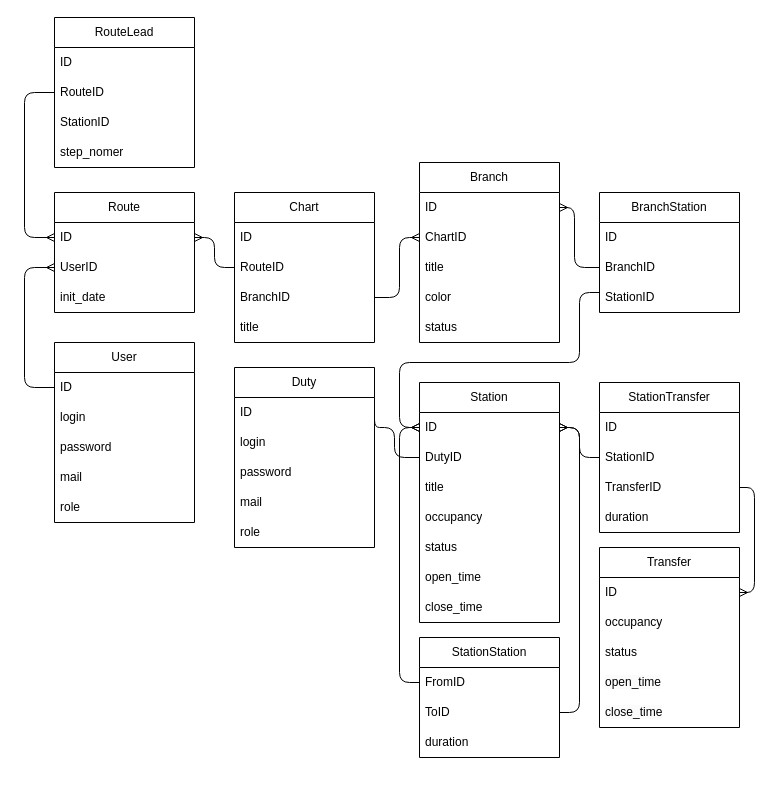
Mihyich/PPO keeps this draw.io diagram as charts/Entities.drawio. Above is the earlier version. Source tidied: cells renumbered, new cells numbered last; positions are measured from the earlier drawing's top-left corner, leaving out a move shared by most shapes. Both pictures are drawn from the tidied source at 100%, with x=0, y=0 at pixel (24, 17).
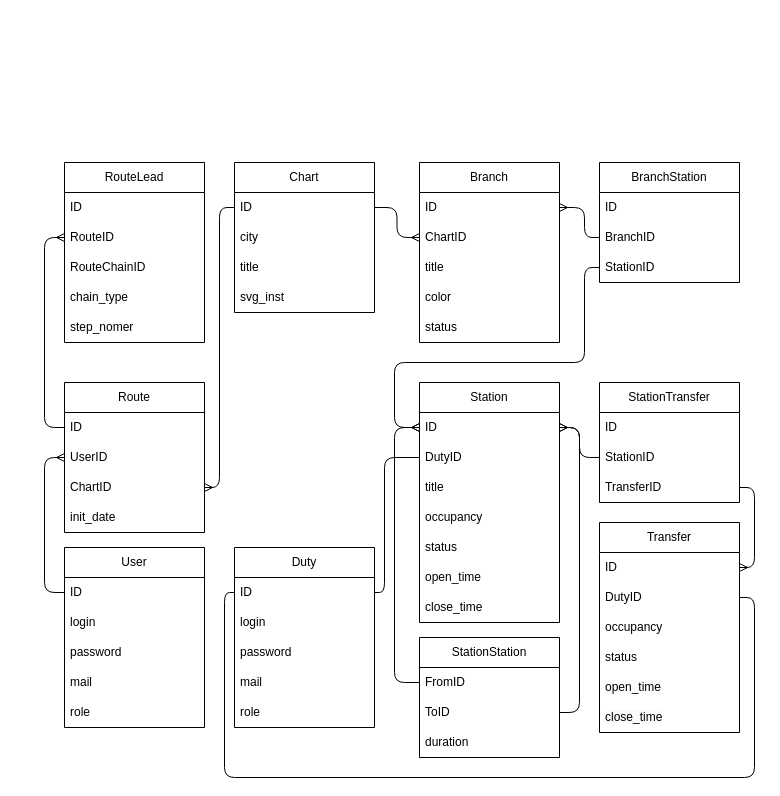
The same page after the edit.

Commit message (it also covers changes not shown here):
Обновлены даиграммы классов и сущностей БД

The change refers to these unchanged cells:
```xml
<mxCell id="3" value="ID" style="text;strokeColor=none;fillColor=none;align=left;verticalAlign=middle;spacingLeft=4;spacingRight=4;overflow=hidden;points=[[0,0.5],[1,0.5]];portConstraint=eastwest;whiteSpace=wrap;html=1;" parent="2" vertex="1">
  <mxGeometry y="30" width="140" height="30" as="geometry" />
</mxCell>
<mxCell id="9" value="ID" style="text;strokeColor=none;fillColor=none;align=left;verticalAlign=middle;spacingLeft=4;spacingRight=4;overflow=hidden;points=[[0,0.5],[1,0.5]];portConstraint=eastwest;whiteSpace=wrap;html=1;" parent="8" vertex="1">
  <mxGeometry y="30" width="140" height="30" as="geometry" />
</mxCell>
<mxCell id="14" value="ID" style="text;strokeColor=none;fillColor=none;align=left;verticalAlign=middle;spacingLeft=4;spacingRight=4;overflow=hidden;points=[[0,0.5],[1,0.5]];portConstraint=eastwest;whiteSpace=wrap;html=1;" parent="13" vertex="1">
  <mxGeometry y="30" width="140" height="30" as="geometry" />
</mxCell>
<mxCell id="15" value="UserID" style="text;strokeColor=none;fillColor=none;align=left;verticalAlign=middle;spacingLeft=4;spacingRight=4;overflow=hidden;points=[[0,0.5],[1,0.5]];portConstraint=eastwest;whiteSpace=wrap;html=1;" parent="13" vertex="1">
  <mxGeometry y="60" width="140" height="30" as="geometry" />
</mxCell>
<mxCell id="19" value="ID" style="text;strokeColor=none;fillColor=none;align=left;verticalAlign=middle;spacingLeft=4;spacingRight=4;overflow=hidden;points=[[0,0.5],[1,0.5]];portConstraint=eastwest;whiteSpace=wrap;html=1;" parent="18" vertex="1">
  <mxGeometry y="30" width="140" height="30" as="geometry" />
</mxCell>
<mxCell id="20" value="ChartID" style="text;strokeColor=none;fillColor=none;align=left;verticalAlign=middle;spacingLeft=4;spacingRight=4;overflow=hidden;points=[[0,0.5],[1,0.5]];portConstraint=eastwest;whiteSpace=wrap;html=1;" parent="18" vertex="1">
  <mxGeometry y="60" width="140" height="30" as="geometry" />
</mxCell>
<mxCell id="26" value="ID" style="text;strokeColor=none;fillColor=none;align=left;verticalAlign=middle;spacingLeft=4;spacingRight=4;overflow=hidden;points=[[0,0.5],[1,0.5]];portConstraint=eastwest;whiteSpace=wrap;html=1;" parent="25" vertex="1">
  <mxGeometry y="30" width="140" height="30" as="geometry" />
</mxCell>
<mxCell id="27" value="DutyID" style="text;strokeColor=none;fillColor=none;align=left;verticalAlign=middle;spacingLeft=4;spacingRight=4;overflow=hidden;points=[[0,0.5],[1,0.5]];portConstraint=eastwest;whiteSpace=wrap;html=1;" parent="25" vertex="1">
  <mxGeometry y="60" width="140" height="30" as="geometry" />
</mxCell>
<mxCell id="34" value="ID" style="text;strokeColor=none;fillColor=none;align=left;verticalAlign=middle;spacingLeft=4;spacingRight=4;overflow=hidden;points=[[0,0.5],[1,0.5]];portConstraint=eastwest;whiteSpace=wrap;html=1;" parent="33" vertex="1">
  <mxGeometry y="30" width="140" height="30" as="geometry" />
</mxCell>
<mxCell id="41" value="BranchID" style="text;strokeColor=none;fillColor=none;align=left;verticalAlign=middle;spacingLeft=4;spacingRight=4;overflow=hidden;points=[[0,0.5],[1,0.5]];portConstraint=eastwest;whiteSpace=wrap;html=1;" parent="39" vertex="1">
  <mxGeometry y="60" width="140" height="30" as="geometry" />
</mxCell>
<mxCell id="42" value="StationID" style="text;strokeColor=none;fillColor=none;align=left;verticalAlign=middle;spacingLeft=4;spacingRight=4;overflow=hidden;points=[[0,0.5],[1,0.5]];portConstraint=eastwest;whiteSpace=wrap;html=1;" parent="39" vertex="1">
  <mxGeometry y="90" width="140" height="30" as="geometry" />
</mxCell>
<mxCell id="48" value="TransferID" style="text;strokeColor=none;fillColor=none;align=left;verticalAlign=middle;spacingLeft=4;spacingRight=4;overflow=hidden;points=[[0,0.5],[1,0.5]];portConstraint=eastwest;whiteSpace=wrap;html=1;" parent="45" vertex="1">
  <mxGeometry y="90" width="140" height="30" as="geometry" />
</mxCell>
<mxCell id="54" value="RouteID" style="text;strokeColor=none;fillColor=none;align=left;verticalAlign=middle;spacingLeft=4;spacingRight=4;overflow=hidden;points=[[0,0.5],[1,0.5]];portConstraint=eastwest;whiteSpace=wrap;html=1;" parent="52" vertex="1">
  <mxGeometry y="60" width="140" height="30" as="geometry" />
</mxCell>
<mxCell id="59" value="FromID" style="text;strokeColor=none;fillColor=none;align=left;verticalAlign=middle;spacingLeft=4;spacingRight=4;overflow=hidden;points=[[0,0.5],[1,0.5]];portConstraint=eastwest;whiteSpace=wrap;html=1;" parent="58" vertex="1">
  <mxGeometry y="30" width="140" height="30" as="geometry" />
</mxCell>
<mxCell id="66" value="ID" style="text;strokeColor=none;fillColor=none;align=left;verticalAlign=middle;spacingLeft=4;spacingRight=4;overflow=hidden;points=[[0,0.5],[1,0.5]];portConstraint=eastwest;whiteSpace=wrap;html=1;" parent="65" vertex="1">
  <mxGeometry y="30" width="140" height="30" as="geometry" />
</mxCell>
```

What changed in the source:
```diff
@@
     <mxCell id="2" value="User" style="swimlane;fontStyle=0;horizontal=1;startSize=30;whiteSpace=wrap;html=1;" parent="1" vertex="1">
-      <mxGeometry x="30" y="325" width="140" height="180" as="geometry" />
+      <mxGeometry x="40" y="530" width="140" height="180" as="geometry" />
     </mxCell>
@@
     <mxCell id="8" value="Chart" style="swimlane;fontStyle=0;horizontal=1;startSize=30;whiteSpace=wrap;html=1;" parent="1" vertex="1">
-      <mxGeometry x="210" y="175" width="140" height="150" as="geometry" />
+      <mxGeometry x="210" y="145" width="140" height="150" as="geometry" />
     </mxCell>
@@
-    <mxCell id="10" value="RouteID" style="text;strokeColor=none;fillColor=none;align=left;verticalAlign=middle;spacingLeft=4;spacingRight=4;overflow=hidden;points=[[0,0.5],[1,0.5]];portConstraint=eastwest;whiteSpace=wrap;html=1;" parent="8" vertex="1">
-      <mxGeometry y="60" width="140" height="30" as="geometry" />
-    </mxCell>
-    <mxCell id="11" value="BranchID" style="text;strokeColor=none;fillColor=none;align=left;verticalAlign=middle;spacingLeft=4;spacingRight=4;overflow=hidden;points=[[0,0.5],[1,0.5]];portConstraint=eastwest;whiteSpace=wrap;html=1;" parent="8" vertex="1">
-      <mxGeometry y="90" width="140" height="30" as="geometry" />
+    <mxCell id="11" value="city" style="text;strokeColor=none;fillColor=none;align=left;verticalAlign=middle;spacingLeft=4;spacingRight=4;overflow=hidden;points=[[0,0.5],[1,0.5]];portConstraint=eastwest;whiteSpace=wrap;html=1;" parent="8" vertex="1">
+      <mxGeometry y="60" width="140" height="30" as="geometry" />
     </mxCell>
     <mxCell id="12" value="title" style="text;strokeColor=none;fillColor=none;align=left;verticalAlign=middle;spacingLeft=4;spacingRight=4;overflow=hidden;whiteSpace=wrap;html=1;" parent="8" vertex="1">
-      <mxGeometry y="120" width="140" height="30" as="geometry" />
+      <mxGeometry y="90" width="140" height="30" as="geometry" />
     </mxCell>
+    <mxCell id="72" value="svg_inst" style="text;strokeColor=none;fillColor=none;align=left;verticalAlign=middle;spacingLeft=4;spacingRight=4;overflow=hidden;whiteSpace=wrap;html=1;" parent="8" vertex="1">
+      <mxGeometry y="120" width="140" height="30" as="geometry" />
+    </mxCell>
     <mxCell id="13" value="Route" style="swimlane;fontStyle=0;horizontal=1;startSize=30;whiteSpace=wrap;html=1;" parent="1" vertex="1">
-      <mxGeometry x="30" y="175" width="140" height="120" as="geometry" />
+      <mxGeometry x="40" y="365" width="140" height="150" as="geometry" />
     </mxCell>
@@
+    <mxCell id="73" value="ChartID" style="text;strokeColor=none;fillColor=none;align=left;verticalAlign=middle;spacingLeft=4;spacingRight=4;overflow=hidden;points=[[0,0.5],[1,0.5]];portConstraint=eastwest;whiteSpace=wrap;html=1;" parent="13" vertex="1">
+      <mxGeometry y="90" width="140" height="30" as="geometry" />
+    </mxCell>
     <mxCell id="16" value="init_date" style="text;strokeColor=none;fillColor=none;align=left;verticalAlign=middle;spacingLeft=4;spacingRight=4;overflow=hidden;whiteSpace=wrap;html=1;" parent="13" vertex="1">
-      <mxGeometry y="90" width="140" height="30" as="geometry" />
+      <mxGeometry y="120" width="140" height="30" as="geometry" />
     </mxCell>
-    <mxCell id="17" style="edgeStyle=orthogonalEdgeStyle;html=1;exitX=0;exitY=0.5;exitDx=0;exitDy=0;entryX=1;entryY=0.5;entryDx=0;entryDy=0;endArrow=ERmany;endFill=0;" parent="1" edge="1" source="10" target="14">
-      <mxGeometry relative="1" as="geometry">
-        <Array as="points">
-          <mxPoint x="190" y="250" />
-          <mxPoint x="190" y="220" />
-        </Array>
-      </mxGeometry>
+    <mxCell id="17" style="edgeStyle=orthogonalEdgeStyle;html=1;exitX=0;exitY=0.5;exitDx=0;exitDy=0;entryX=1;entryY=0.5;entryDx=0;entryDy=0;endArrow=ERmany;endFill=0;" parent="1" edge="1" source="9" target="73">
+      <mxGeometry relative="1" as="geometry" />
     </mxCell>
@@
-    <mxCell id="24" style="edgeStyle=orthogonalEdgeStyle;html=1;exitX=1;exitY=0.5;exitDx=0;exitDy=0;entryX=0;entryY=0.5;entryDx=0;entryDy=0;endArrow=ERmany;endFill=0;" parent="1" edge="1" source="11" target="20">
-      <mxGeometry relative="1" as="geometry">
-        <Array as="points">
-          <mxPoint x="375" y="280" />
-          <mxPoint x="375" y="220" />
-        </Array>
-      </mxGeometry>
+    <mxCell id="24" style="edgeStyle=orthogonalEdgeStyle;html=1;exitX=1;exitY=0.5;exitDx=0;exitDy=0;entryX=0;entryY=0.5;entryDx=0;entryDy=0;endArrow=ERmany;endFill=0;" parent="1" edge="1" source="9" target="20">
+      <mxGeometry relative="1" as="geometry" />
     </mxCell>
@@
     <mxCell id="33" value="Transfer" style="swimlane;fontStyle=0;horizontal=1;startSize=30;whiteSpace=wrap;html=1;" parent="1" vertex="1">
-      <mxGeometry x="575" y="530" width="140" height="180" as="geometry" />
+      <mxGeometry x="575" y="505" width="140" height="210" as="geometry" />
     </mxCell>
@@
+    <mxCell id="74" value="DutyID" style="text;strokeColor=none;fillColor=none;align=left;verticalAlign=middle;spacingLeft=4;spacingRight=4;overflow=hidden;points=[[0,0.5],[1,0.5]];portConstraint=eastwest;whiteSpace=wrap;html=1;" parent="33" vertex="1">
+      <mxGeometry y="60" width="140" height="30" as="geometry" />
+    </mxCell>
     <mxCell id="35" value="occupancy" style="text;strokeColor=none;fillColor=none;align=left;verticalAlign=middle;spacingLeft=4;spacingRight=4;overflow=hidden;whiteSpace=wrap;html=1;" parent="33" vertex="1">
-      <mxGeometry y="60" width="140" height="30" as="geometry" />
+      <mxGeometry y="90" width="140" height="30" as="geometry" />
     </mxCell>
     <mxCell id="36" value="status" style="text;strokeColor=none;fillColor=none;align=left;verticalAlign=middle;spacingLeft=4;spacingRight=4;overflow=hidden;whiteSpace=wrap;html=1;" parent="33" vertex="1">
-      <mxGeometry y="90" width="140" height="30" as="geometry" />
+      <mxGeometry y="120" width="140" height="30" as="geometry" />
     </mxCell>
     <mxCell id="37" value="&lt;span style=&quot;color: rgb(0, 0, 0); font-family: Helvetica; font-size: 12px; font-style: normal; font-variant-ligatures: normal; font-variant-caps: normal; font-weight: 400; letter-spacing: normal; orphans: 2; text-align: left; text-indent: 0px; text-transform: none; widows: 2; word-spacing: 0px; -webkit-text-stroke-width: 0px; white-space: normal; background-color: rgb(251, 251, 251); text-decoration-thickness: initial; text-decoration-style: initial; text-decoration-color: initial; display: inline !important; float: none;&quot;&gt;open_time&lt;/span&gt;" style="text;strokeColor=none;fillColor=none;align=left;verticalAlign=middle;spacingLeft=4;spacingRight=4;overflow=hidden;whiteSpace=wrap;html=1;" parent="33" vertex="1">
-      <mxGeometry y="120" width="140" height="30" as="geometry" />
+      <mxGeometry y="150" width="140" height="30" as="geometry" />
     </mxCell>
     <mxCell id="38" value="&lt;span style=&quot;color: rgb(0, 0, 0); font-family: Helvetica; font-size: 12px; font-style: normal; font-variant-ligatures: normal; font-variant-caps: normal; font-weight: 400; letter-spacing: normal; orphans: 2; text-align: left; text-indent: 0px; text-transform: none; widows: 2; word-spacing: 0px; -webkit-text-stroke-width: 0px; white-space: normal; background-color: rgb(251, 251, 251); text-decoration-thickness: initial; text-decoration-style: initial; text-decoration-color: initial; display: inline !important; float: none;&quot;&gt;close_time&lt;/span&gt;" style="text;strokeColor=none;fillColor=none;align=left;verticalAlign=middle;spacingLeft=4;spacingRight=4;overflow=hidden;whiteSpace=wrap;html=1;" parent="33" vertex="1">
-      <mxGeometry y="150" width="140" height="30" as="geometry" />
+      <mxGeometry y="180" width="140" height="30" as="geometry" />
     </mxCell>
     <mxCell id="39" value="BranchStation" style="swimlane;fontStyle=0;horizontal=1;startSize=30;whiteSpace=wrap;html=1;" parent="1" vertex="1">
-      <mxGeometry x="575" y="175" width="140" height="120" as="geometry" />
+      <mxGeometry x="575" y="145" width="140" height="120" as="geometry" />
     </mxCell>
@@
     <mxCell id="43" style="edgeStyle=orthogonalEdgeStyle;html=1;exitX=1;exitY=0.5;exitDx=0;exitDy=0;entryX=0;entryY=0.5;entryDx=0;entryDy=0;endArrow=none;endFill=0;startArrow=ERmany;startFill=0;" parent="1" edge="1" source="19" target="41">
       <mxGeometry relative="1" as="geometry">
         <Array as="points">
-          <mxPoint x="550" y="190" />
-          <mxPoint x="550" y="250" />
+          <mxPoint x="560" y="190" />
+          <mxPoint x="560" y="220" />
         </Array>
       </mxGeometry>
     </mxCell>
-    <mxCell id="44" style="edgeStyle=orthogonalEdgeStyle;html=1;exitX=0;exitY=0.5;exitDx=0;exitDy=0;entryX=0;entryY=0.5;entryDx=0;entryDy=0;endArrow=ERmany;endFill=0;" parent="1" edge="1" target="26">
+    <mxCell id="44" style="edgeStyle=orthogonalEdgeStyle;html=1;exitX=0;exitY=0.5;exitDx=0;exitDy=0;entryX=0;entryY=0.5;entryDx=0;entryDy=0;endArrow=ERmany;endFill=0;" parent="1" edge="1" source="42" target="26">
       <mxGeometry relative="1" as="geometry">
-        <mxPoint x="575" y="275" as="sourcePoint" />
         <Array as="points">
-          <mxPoint x="555" y="275" />
-          <mxPoint x="555" y="345" />
-          <mxPoint x="375" y="345" />
-          <mxPoint x="375" y="410" />
+          <mxPoint x="560" y="250" />
+          <mxPoint x="560" y="345" />
+          <mxPoint x="370" y="345" />
+          <mxPoint x="370" y="410" />
         </Array>
       </mxGeometry>
     </mxCell>
     <mxCell id="45" value="StationTransfer" style="swimlane;fontStyle=0;horizontal=1;startSize=30;whiteSpace=wrap;html=1;" parent="1" vertex="1">
-      <mxGeometry x="575" y="365" width="140" height="150" as="geometry" />
+      <mxGeometry x="575" y="365" width="140" height="120" as="geometry" />
     </mxCell>
@@
-    <mxCell id="49" value="duration" style="text;strokeColor=none;fillColor=none;align=left;verticalAlign=middle;spacingLeft=4;spacingRight=4;overflow=hidden;whiteSpace=wrap;html=1;" parent="45" vertex="1">
-      <mxGeometry y="120" width="140" height="30" as="geometry" />
-    </mxCell>
     <mxCell id="50" style="edgeStyle=orthogonalEdgeStyle;html=1;exitX=1;exitY=0.5;exitDx=0;exitDy=0;entryX=1;entryY=0.5;entryDx=0;entryDy=0;endArrow=ERmany;endFill=0;" parent="1" edge="1" source="48" target="34">
       <mxGeometry relative="1" as="geometry">
         <Array as="points">
           <mxPoint x="730" y="470" />
-          <mxPoint x="730" y="575" />
+          <mxPoint x="730" y="550" />
         </Array>
       </mxGeometry>
     </mxCell>
@@
     <mxCell id="52" value="RouteLead" style="swimlane;fontStyle=0;horizontal=1;startSize=30;whiteSpace=wrap;html=1;" parent="1" vertex="1">
-      <mxGeometry x="30" width="140" height="150" as="geometry" />
+      <mxGeometry x="40" y="145" width="140" height="180" as="geometry" />
     </mxCell>
@@
-    <mxCell id="55" value="StationID" style="text;strokeColor=none;fillColor=none;align=left;verticalAlign=middle;spacingLeft=4;spacingRight=4;overflow=hidden;whiteSpace=wrap;html=1;" parent="52" vertex="1">
+    <mxCell id="55" value="RouteChainID" style="text;strokeColor=none;fillColor=none;align=left;verticalAlign=middle;spacingLeft=4;spacingRight=4;overflow=hidden;whiteSpace=wrap;html=1;" parent="52" vertex="1">
       <mxGeometry y="90" width="140" height="30" as="geometry" />
     </mxCell>
+    <mxCell id="75" value="chain_type" style="text;strokeColor=none;fillColor=none;align=left;verticalAlign=middle;spacingLeft=4;spacingRight=4;overflow=hidden;whiteSpace=wrap;html=1;" parent="52" vertex="1">
+      <mxGeometry y="120" width="140" height="30" as="geometry" />
+    </mxCell>
     <mxCell id="56" value="step_nomer" style="text;strokeColor=none;fillColor=none;align=left;verticalAlign=middle;spacingLeft=4;spacingRight=4;overflow=hidden;whiteSpace=wrap;html=1;" parent="52" vertex="1">
-      <mxGeometry y="120" width="140" height="30" as="geometry" />
+      <mxGeometry y="150" width="140" height="30" as="geometry" />
     </mxCell>
-    <mxCell id="57" style="edgeStyle=orthogonalEdgeStyle;html=1;exitX=0;exitY=0.5;exitDx=0;exitDy=0;entryX=0;entryY=0.5;entryDx=0;entryDy=0;endArrow=ERmany;endFill=0;" parent="1" edge="1" source="54" target="14">
+    <mxCell id="57" style="edgeStyle=orthogonalEdgeStyle;html=1;exitX=0;exitY=0.5;exitDx=0;exitDy=0;entryX=0;entryY=0.5;entryDx=0;entryDy=0;endArrow=none;endFill=0;startArrow=ERmany;startFill=0;" parent="1" edge="1" source="54" target="14">
       <mxGeometry relative="1" as="geometry">
         <Array as="points">
-          <mxPoint y="75" />
-          <mxPoint y="220" />
+          <mxPoint x="20" y="220" />
+          <mxPoint x="20" y="410" />
         </Array>
       </mxGeometry>
     </mxCell>
@@
     <mxCell id="62" style="edgeStyle=orthogonalEdgeStyle;html=1;exitX=0;exitY=0.5;exitDx=0;exitDy=0;entryX=0;entryY=0.5;entryDx=0;entryDy=0;endArrow=ERmany;endFill=0;" parent="1" edge="1" source="59" target="26">
       <mxGeometry relative="1" as="geometry">
         <Array as="points">
-          <mxPoint x="375" y="665" />
-          <mxPoint x="375" y="410" />
+          <mxPoint x="370" y="665" />
+          <mxPoint x="370" y="410" />
         </Array>
       </mxGeometry>
     </mxCell>
@@
     <mxCell id="64" style="edgeStyle=orthogonalEdgeStyle;html=1;exitX=0;exitY=0.5;exitDx=0;exitDy=0;entryX=0;entryY=0.5;entryDx=0;entryDy=0;endArrow=none;endFill=0;startArrow=ERmany;startFill=0;" parent="1" edge="1" source="15" target="3">
       <mxGeometry relative="1" as="geometry">
         <Array as="points">
-          <mxPoint y="250" />
-          <mxPoint y="370" />
+          <mxPoint x="20" y="440" />
+          <mxPoint x="20" y="575" />
         </Array>
       </mxGeometry>
     </mxCell>
     <mxCell id="65" value="Duty" style="swimlane;fontStyle=0;horizontal=1;startSize=30;whiteSpace=wrap;html=1;" parent="1" vertex="1">
-      <mxGeometry x="210" y="350" width="140" height="180" as="geometry" />
+      <mxGeometry x="210" y="530" width="140" height="180" as="geometry" />
     </mxCell>
@@
     <mxCell id="71" style="edgeStyle=orthogonalEdgeStyle;html=1;exitX=0;exitY=0.5;exitDx=0;exitDy=0;entryX=1;entryY=0.5;entryDx=0;entryDy=0;endArrow=none;endFill=0;" parent="1" edge="1" source="27" target="66">
       <mxGeometry relative="1" as="geometry">
         <Array as="points">
-          <mxPoint x="370" y="440" />
-          <mxPoint x="370" y="410" />
+          <mxPoint x="360" y="440" />
+          <mxPoint x="360" y="575" />
         </Array>
       </mxGeometry>
     </mxCell>
+    <mxCell id="76" style="edgeStyle=orthogonalEdgeStyle;html=1;exitX=1;exitY=0.5;exitDx=0;exitDy=0;entryX=0;entryY=0.5;entryDx=0;entryDy=0;endArrow=none;endFill=0;" parent="1" edge="1" source="74" target="66">
+      <mxGeometry relative="1" as="geometry">
+        <Array as="points">
+          <mxPoint x="730" y="580" />
+          <mxPoint x="730" y="760" />
+          <mxPoint x="200" y="760" />
+          <mxPoint x="200" y="575" />
+        </Array>
+      </mxGeometry>
+    </mxCell>
```
